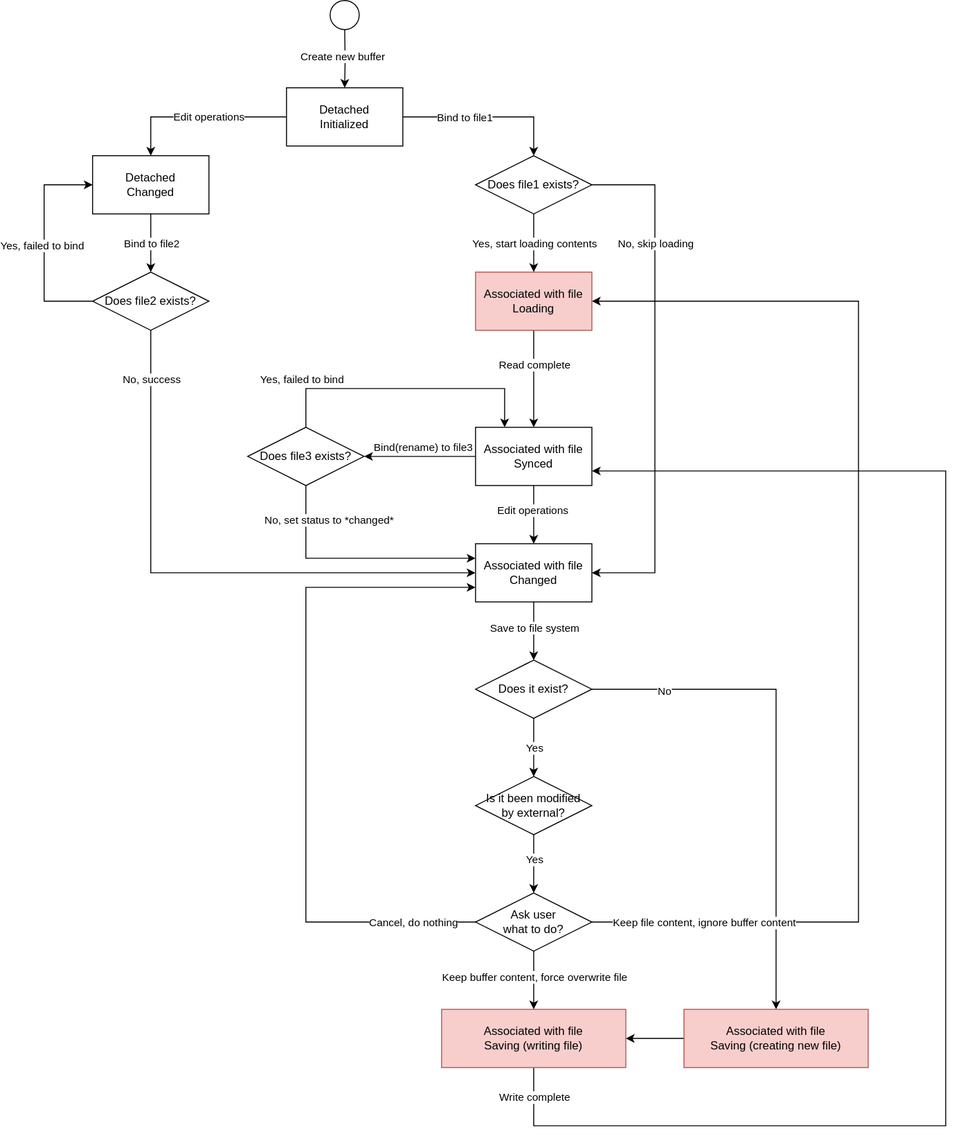
The draw.io diagram images/4-WindowsAndBuffers-1-FileBuffer.1.drawio.svg in rsvim/rfc, before a commit. Source tidied: cells renumbered, new cells last; positions are measured from the earlier drawing's top-left corner, leaving out a move shared by most shapes.
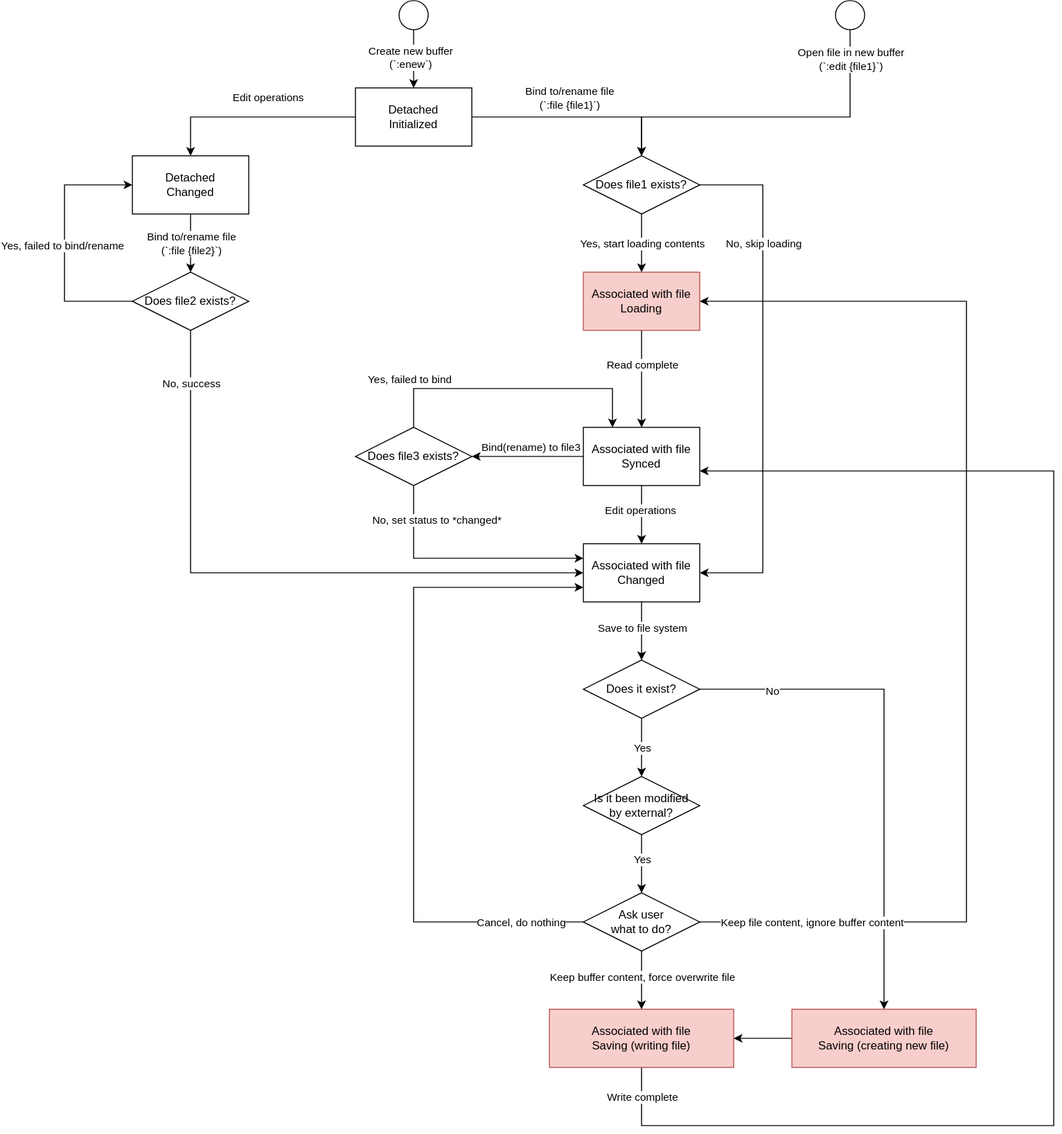
After the commit.

The edit, as a diff of the source:
```diff
@@ -5,14 +5,16 @@
     <mxCell id="2" style="edgeStyle=orthogonalEdgeStyle;rounded=0;jettySize=auto;html=1;entryX=0.5;entryY=0;entryDx=0;entryDy=0;" parent="1" edge="1" source="5" target="30">
       <mxGeometry relative="1" as="geometry" />
     </mxCell>
-    <mxCell id="3" value="Bind to file1" style="edgeLabel;html=1;align=center;verticalAlign=middle;" parent="2" vertex="1">
-      <mxGeometry x="-0.29" relative="1" as="geometry" />
+    <mxCell id="3" value="Bind to/rename file&lt;br&gt;(`:file {file1}`)" style="edgeLabel;html=1;align=center;verticalAlign=middle;" parent="2" vertex="1">
+      <mxGeometry x="-0.29" relative="1" as="geometry">
+        <mxPoint x="23" y="-20" as="offset" />
+      </mxGeometry>
     </mxCell>
     <mxCell id="4" value="Edit operations" style="edgeStyle=orthogonalEdgeStyle;rounded=0;jettySize=auto;html=1;entryX=0.5;entryY=0;entryDx=0;entryDy=0;" parent="1" edge="1" source="5" target="11">
-      <mxGeometry x="-0.11" relative="1" as="geometry" />
+      <mxGeometry x="-0.14" y="-20" relative="1" as="geometry" />
     </mxCell>
     <mxCell id="5" value="Detached&lt;br&gt;Initialized" style="rounded=0;whiteSpace=wrap;html=1;" parent="1" vertex="1">
-      <mxGeometry x="250" y="90" width="120" height="60" as="geometry" />
+      <mxGeometry x="210" y="90" width="120" height="60" as="geometry" />
     </mxCell>
     <mxCell id="6" style="edgeStyle=orthogonalEdgeStyle;rounded=0;jettySize=auto;html=1;entryX=0.5;entryY=0;entryDx=0;entryDy=0;" parent="1" edge="1" source="8" target="16">
       <mxGeometry relative="1" as="geometry" />
@@ -28,13 +30,13 @@
     <mxCell id="9" style="edgeStyle=orthogonalEdgeStyle;rounded=0;jettySize=auto;html=1;entryX=0.5;entryY=0;entryDx=0;entryDy=0;" parent="1" edge="1" source="11" target="25">
       <mxGeometry relative="1" as="geometry" />
     </mxCell>
-    <mxCell id="10" value="Bind to file2" style="edgeLabel;html=1;align=center;verticalAlign=middle;" parent="9" vertex="1">
+    <mxCell id="10" value="Bind to/rename file&lt;br&gt;(`:file {file2}`)" style="edgeLabel;html=1;align=center;verticalAlign=middle;" parent="9" vertex="1">
       <mxGeometry x="-0.38" relative="1" as="geometry">
         <mxPoint y="11" as="offset" />
       </mxGeometry>
     </mxCell>
     <mxCell id="11" value="Detached&lt;br&gt;Changed" style="rounded=0;whiteSpace=wrap;html=1;" parent="1" vertex="1">
-      <mxGeometry x="50" y="160" width="120" height="60" as="geometry" />
+      <mxGeometry x="-20" y="160" width="120" height="60" as="geometry" />
     </mxCell>
     <mxCell id="12" style="edgeStyle=orthogonalEdgeStyle;rounded=0;jettySize=auto;html=1;entryX=0.5;entryY=0;entryDx=0;entryDy=0;" parent="1" edge="1" source="16" target="17">
       <mxGeometry relative="1" as="geometry" />
@@ -76,28 +78,28 @@
     <mxCell id="21" style="edgeStyle=orthogonalEdgeStyle;rounded=0;jettySize=auto;html=1;entryX=0;entryY=0.5;entryDx=0;entryDy=0;" parent="1" edge="1" source="25" target="11">
       <mxGeometry relative="1" as="geometry">
         <Array as="points">
-          <mxPoint y="310" />
-          <mxPoint y="190" />
+          <mxPoint x="-90" y="310" />
+          <mxPoint x="-90" y="190" />
         </Array>
       </mxGeometry>
     </mxCell>
-    <mxCell id="22" value="Yes, failed to bind" style="edgeLabel;html=1;align=center;verticalAlign=middle;" parent="21" vertex="1">
+    <mxCell id="22" value="Yes, failed to bind/rename" style="edgeLabel;html=1;align=center;verticalAlign=middle;" parent="21" vertex="1">
       <mxGeometry x="-0.02" y="3" relative="1" as="geometry" />
     </mxCell>
     <mxCell id="23" style="edgeStyle=orthogonalEdgeStyle;rounded=0;jettySize=auto;html=1;entryX=0;entryY=0.5;entryDx=0;entryDy=0;" parent="1" edge="1" source="25" target="17">
       <mxGeometry relative="1" as="geometry">
         <Array as="points">
-          <mxPoint x="110" y="590" />
+          <mxPoint x="40" y="590" />
         </Array>
       </mxGeometry>
     </mxCell>
     <mxCell id="24" value="No, success" style="edgeLabel;html=1;align=center;verticalAlign=middle;" parent="23" vertex="1">
       <mxGeometry x="-0.16" relative="1" as="geometry">
-        <mxPoint y="-196" as="offset" />
+        <mxPoint x="-25" y="-196" as="offset" />
       </mxGeometry>
     </mxCell>
     <mxCell id="25" value="Does file2 exists?" style="rhombus;whiteSpace=wrap;html=1;" parent="1" vertex="1">
-      <mxGeometry x="50" y="280" width="120" height="60" as="geometry" />
+      <mxGeometry x="-20" y="280" width="120" height="60" as="geometry" />
     </mxCell>
     <mxCell id="26" style="edgeStyle=orthogonalEdgeStyle;rounded=0;jettySize=auto;html=1;entryX=0.5;entryY=0;entryDx=0;entryDy=0;" parent="1" edge="1" source="30" target="8">
       <mxGeometry relative="1" as="geometry" />
@@ -232,16 +234,32 @@
     <mxCell id="54" value="Ask user&lt;br&gt;what to do?" style="rhombus;whiteSpace=wrap;html=1;" parent="1" vertex="1">
       <mxGeometry x="445" y="920" width="120" height="60" as="geometry" />
     </mxCell>
-    <mxCell id="55" style="edgeStyle=orthogonalEdgeStyle;rounded=0;jettySize=auto;html=1;entryX=0.5;entryY=0;entryDx=0;entryDy=0;" parent="1" edge="1" target="5">
-      <mxGeometry relative="1" as="geometry">
-        <mxPoint x="310" y="30" as="sourcePoint" />
-      </mxGeometry>
+    <mxCell id="55" style="edgeStyle=orthogonalEdgeStyle;rounded=0;jettySize=auto;html=1;entryX=0.5;entryY=0;entryDx=0;entryDy=0;exitX=0.5;exitY=1;exitDx=0;exitDy=0;" parent="1" edge="1" source="57" target="5">
+      <mxGeometry relative="1" as="geometry" />
     </mxCell>
-    <mxCell id="56" value="Create new buffer" style="edgeLabel;html=1;align=center;verticalAlign=middle;" parent="55" vertex="1">
-      <mxGeometry x="-0.1" y="-3" relative="1" as="geometry" />
+    <mxCell id="56" value="Create new buffer&lt;br&gt;(`:enew`)" style="edgeLabel;html=1;align=center;verticalAlign=middle;" parent="55" vertex="1">
+      <mxGeometry x="-0.1" y="-3" relative="1" as="geometry">
+        <mxPoint x="-1" y="1" as="offset" />
+      </mxGeometry>
     </mxCell>
     <mxCell id="57" style="ellipse;whiteSpace=wrap;html=1;" parent="1" vertex="1">
-      <mxGeometry x="295" width="30" height="30" as="geometry" />
+      <mxGeometry x="255" width="30" height="30" as="geometry" />
     </mxCell>
+    <mxCell id="58" style="edgeStyle=orthogonalEdgeStyle;rounded=0;jettySize=auto;html=1;entryX=0.5;entryY=0;entryDx=0;entryDy=0;" parent="1" edge="1" source="60" target="30">
+      <mxGeometry relative="1" as="geometry">
+        <Array as="points">
+          <mxPoint x="720" y="120" />
+          <mxPoint x="505" y="120" />
+        </Array>
+      </mxGeometry>
+    </mxCell>
+    <mxCell id="59" value="Open file in new buffer&lt;br&gt;(`:edit {file1}`)" style="edgeLabel;html=1;align=center;verticalAlign=middle;" parent="58" vertex="1">
+      <mxGeometry x="-0.17" y="-2" relative="1" as="geometry">
+        <mxPoint x="54" y="-58" as="offset" />
+      </mxGeometry>
+    </mxCell>
+    <mxCell id="60" style="ellipse;whiteSpace=wrap;html=1;" parent="1" vertex="1">
+      <mxGeometry x="705" width="30" height="30" as="geometry" />
+    </mxCell>
   </root>
 </mxGraphModel>
```
